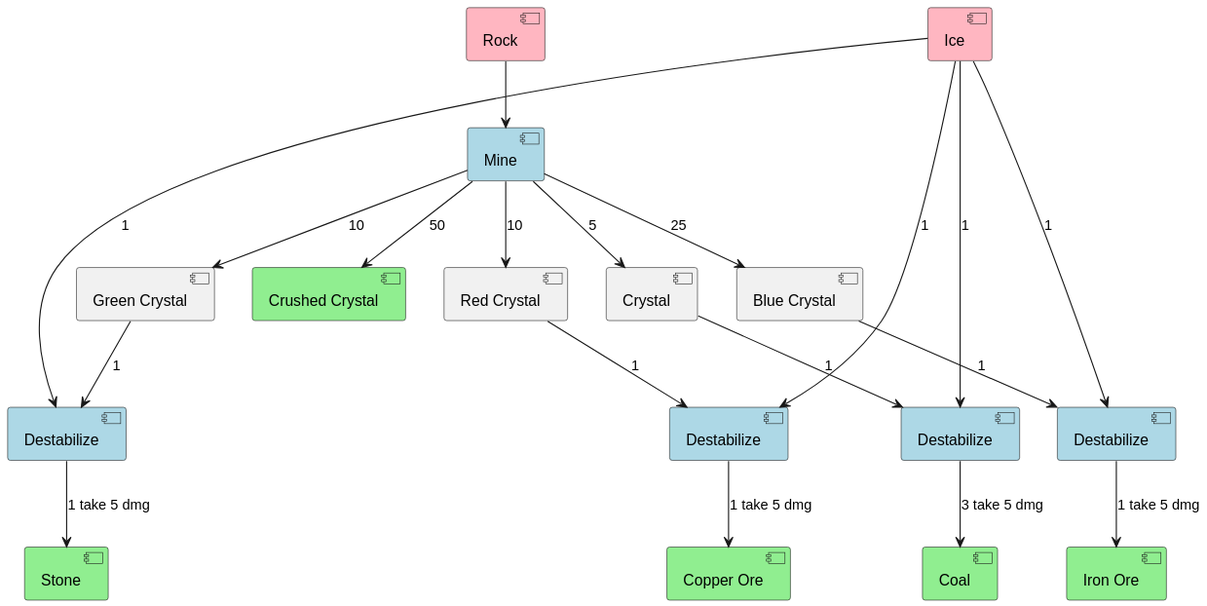
The PlantUML diagram Documentation/ManualFlow.svg in Thomas-De-Praetere/CrystalMod, before a commit.
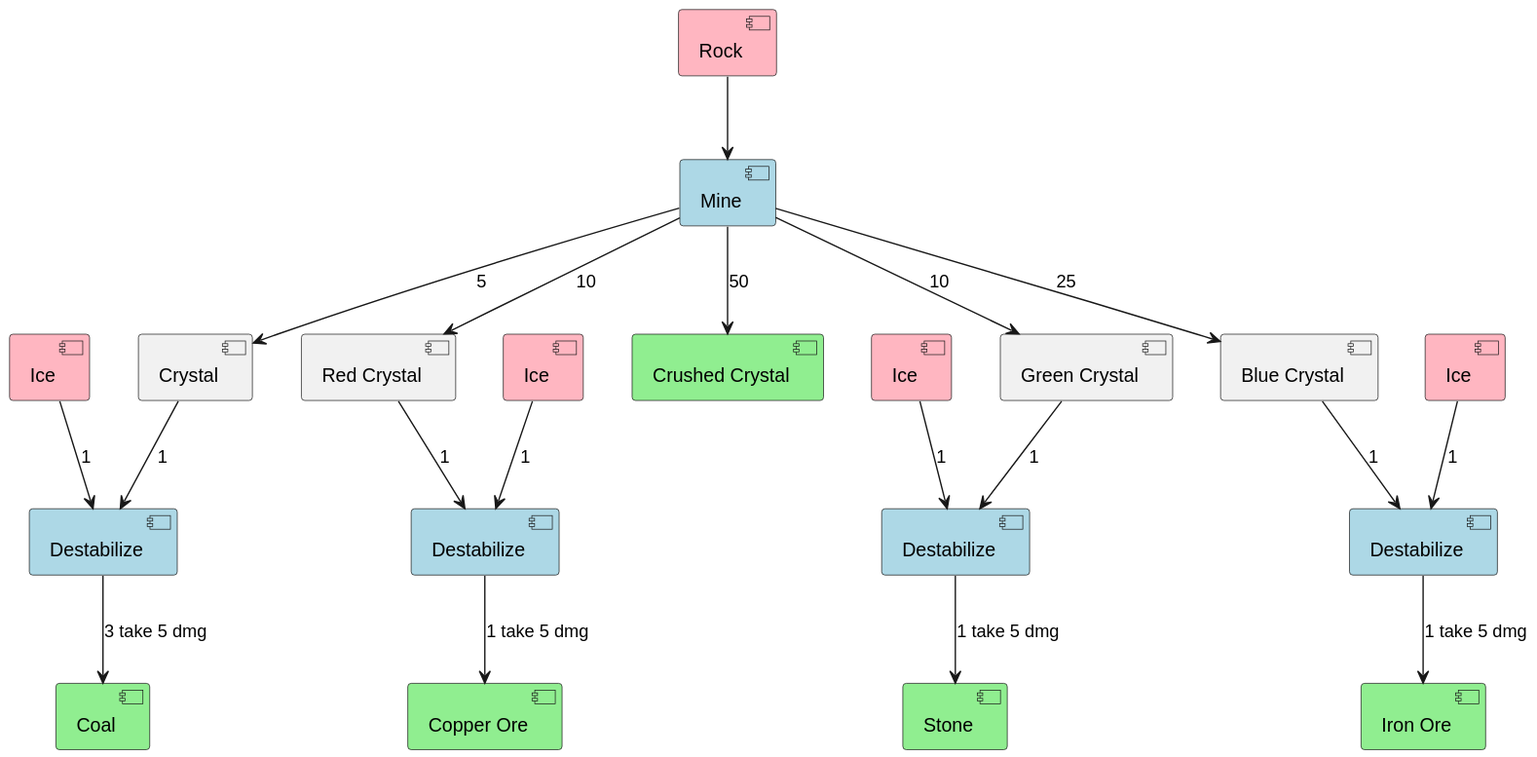
After the commit.

What changed in the source:
```diff
@@ -4,7 +4,10 @@
 hide circle
 
 [Rock] as R #lightpink
-[Ice] as I #lightpink
+[Ice] as I1 #lightpink
+[Ice] as I2 #lightpink
+[Ice] as I3 #lightpink
+[Ice] as I4 #lightpink
 
 [Crystal] as C
 [Red Crystal] as RC
@@ -32,18 +35,18 @@
 MR --> CCr : 50
 
 C --> DC : 1
-I ----> DC : 1
+I1 --> DC : 1
 DC --> Ca : 3 take 5 dmg
 
 RC --> DRC : 1
-I ----> DRC : 1
+I2 --> DRC : 1
 DRC --> CU : 1 take 5 dmg
 
 BC --> DBC : 1
-I ----> DBC : 1
+I3 --> DBC : 1
 DBC --> FE : 1 take 5 dmg
 
 GC --> DGC : 1
-I ----> DGC : 1
+I4 --> DGC : 1
 DGC --> S : 1 take 5 dmg
 @enduml
```
